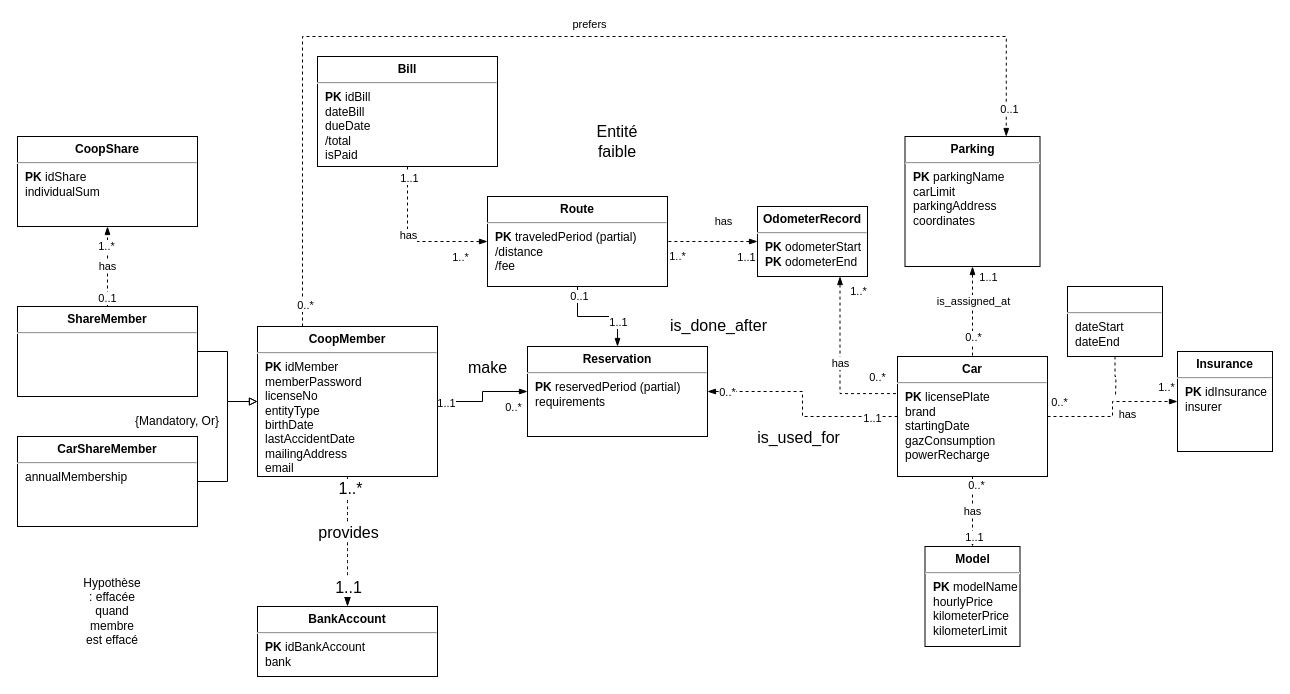
Above: page "Juliette" (2 of 2) of TP4.drawio in aquarex20/TP_3710 (draw.io), before the change. Source tidied: cells renumbered, new cells numbered last; positions are measured from the earlier drawing's top-left corner, leaving out a move shared by most shapes. Both pictures are drawn from the tidied source at 100%, with x=0, y=0 at pixel (17, 36).
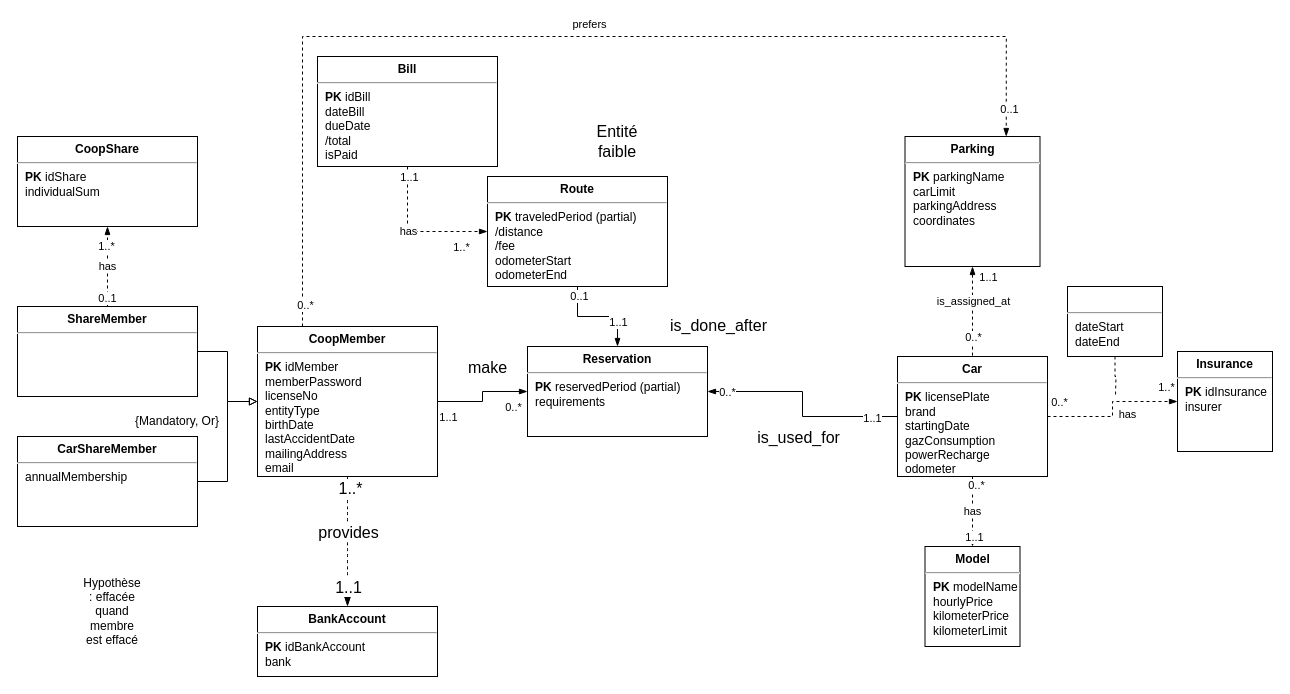
After the change.

Unchanged cells that the change refers to:
```xml
<mxCell id="39" style="edgeStyle=orthogonalEdgeStyle;rounded=0;jettySize=auto;html=1;endArrow=blockThin;endFill=1;entryX=0;entryY=0.5;entryDx=0;entryDy=0;" parent="1" edge="1" source="47" target="54">
  <mxGeometry relative="1" as="geometry" />
</mxCell>
<mxCell id="54" value="&lt;p style=&quot;margin:0px;margin-top:6px;text-align:center;&quot;&gt;&lt;b&gt;Reservation&lt;/b&gt;&lt;/p&gt;&lt;hr&gt;&lt;p style=&quot;border-color: var(--border-color); margin: 0px 0px 0px 8px;&quot;&gt;&lt;b&gt;PK&lt;/b&gt;&amp;nbsp;reservedPeriod (partial)&lt;/p&gt;&lt;p style=&quot;border-color: var(--border-color); margin: 0px 0px 0px 8px;&quot;&gt;&lt;span style=&quot;background-color: initial;&quot;&gt;requirements&lt;/span&gt;&lt;/p&gt;" style="align=left;overflow=fill;html=1;" parent="1" vertex="1">
  <mxGeometry x="510" y="310" width="180" height="90" as="geometry" />
</mxCell>
```

Diff of the diagram source:
```diff
@@
-    <mxCell id="8" value="&lt;p style=&quot;margin:0px;margin-top:6px;text-align:center;&quot;&gt;&lt;b&gt;Car&lt;/b&gt;&lt;/p&gt;&lt;hr&gt;&lt;p style=&quot;margin:0px;margin-left:8px;&quot;&gt;&lt;b&gt;PK&lt;/b&gt; licensePlate&lt;/p&gt;&lt;p style=&quot;border-color: var(--border-color); margin: 0px 0px 0px 8px;&quot;&gt;&lt;span style=&quot;background-color: initial;&quot;&gt;brand&lt;/span&gt;&lt;br&gt;&lt;/p&gt;&lt;p style=&quot;margin:0px;margin-left:8px;&quot;&gt;startingDate&lt;/p&gt;&lt;p style=&quot;margin:0px;margin-left:8px;&quot;&gt;gazConsumption&lt;/p&gt;&lt;p style=&quot;margin:0px;margin-left:8px;&quot;&gt;powerRecharge&lt;br&gt;&lt;/p&gt;&lt;p style=&quot;margin:0px;margin-left:8px;&quot;&gt;&lt;br&gt;&lt;/p&gt;&lt;p style=&quot;margin:0px;margin-left:8px;&quot;&gt;&lt;br&gt;&lt;/p&gt;" style="align=left;overflow=fill;html=1;" parent="1" vertex="1">
+    <mxCell id="8" value="&lt;p style=&quot;margin:0px;margin-top:6px;text-align:center;&quot;&gt;&lt;b&gt;Car&lt;/b&gt;&lt;/p&gt;&lt;hr&gt;&lt;p style=&quot;margin:0px;margin-left:8px;&quot;&gt;&lt;b&gt;PK&lt;/b&gt; licensePlate&lt;/p&gt;&lt;p style=&quot;border-color: var(--border-color); margin: 0px 0px 0px 8px;&quot;&gt;&lt;span style=&quot;background-color: initial;&quot;&gt;brand&lt;/span&gt;&lt;br&gt;&lt;/p&gt;&lt;p style=&quot;margin:0px;margin-left:8px;&quot;&gt;startingDate&lt;/p&gt;&lt;p style=&quot;margin:0px;margin-left:8px;&quot;&gt;gazConsumption&lt;/p&gt;&lt;p style=&quot;margin:0px;margin-left:8px;&quot;&gt;powerRecharge&lt;br&gt;&lt;/p&gt;&lt;p style=&quot;margin:0px;margin-left:8px;&quot;&gt;odometer&lt;/p&gt;&lt;p style=&quot;margin:0px;margin-left:8px;&quot;&gt;&lt;br&gt;&lt;/p&gt;&lt;p style=&quot;margin:0px;margin-left:8px;&quot;&gt;&lt;br&gt;&lt;/p&gt;" style="align=left;overflow=fill;html=1;" parent="1" vertex="1">
       <mxGeometry x="880" y="320" width="150" height="120" as="geometry" />
     </mxCell>
@@
-    <mxCell id="20" style="edgeStyle=orthogonalEdgeStyle;rounded=0;jettySize=auto;html=1;exitX=1;exitY=0.5;exitDx=0;exitDy=0;entryX=0;entryY=0.5;entryDx=0;entryDy=0;endArrow=none;endFill=0;dashed=1;startArrow=blockThin;startFill=1;" parent="1" edge="1" source="54" target="8">
+    <mxCell id="20" style="edgeStyle=orthogonalEdgeStyle;rounded=0;jettySize=auto;html=1;exitX=1;exitY=0.5;exitDx=0;exitDy=0;entryX=0;entryY=0.5;entryDx=0;entryDy=0;endArrow=none;endFill=0;startArrow=blockThin;startFill=1;" parent="1" edge="1" source="54" target="8">
       <mxGeometry relative="1" as="geometry" />
     </mxCell>
@@
-    <mxCell id="33" value="&lt;p style=&quot;margin:0px;margin-top:6px;text-align:center;&quot;&gt;&lt;b&gt;Route&lt;/b&gt;&lt;/p&gt;&lt;hr&gt;&lt;p style=&quot;margin:0px;margin-left:8px;&quot;&gt;&lt;b&gt;PK&lt;/b&gt;&amp;nbsp;traveledPeriod (partial)&lt;/p&gt;&lt;p style=&quot;margin:0px;margin-left:8px;&quot;&gt;/distance&lt;/p&gt;&lt;p style=&quot;margin:0px;margin-left:8px;&quot;&gt;/fee&lt;/p&gt;&lt;p style=&quot;margin:0px;margin-left:8px;&quot;&gt;&lt;br&gt;&lt;/p&gt;" style="align=left;overflow=fill;html=1;" parent="1" vertex="1">
-      <mxGeometry x="470" y="160" width="180" height="90" as="geometry" />
+    <mxCell id="33" value="&lt;p style=&quot;margin:0px;margin-top:6px;text-align:center;&quot;&gt;&lt;b&gt;Route&lt;/b&gt;&lt;/p&gt;&lt;hr&gt;&lt;p style=&quot;margin:0px;margin-left:8px;&quot;&gt;&lt;b&gt;PK&lt;/b&gt;&amp;nbsp;traveledPeriod (partial)&lt;/p&gt;&lt;p style=&quot;margin:0px;margin-left:8px;&quot;&gt;/distance&lt;/p&gt;&lt;p style=&quot;margin:0px;margin-left:8px;&quot;&gt;/fee&lt;/p&gt;&lt;p style=&quot;border-color: var(--border-color); margin: 0px 0px 0px 8px;&quot;&gt;odometerStart&lt;/p&gt;&lt;p style=&quot;border-color: var(--border-color); margin: 0px 0px 0px 8px;&quot;&gt;odometerEnd&lt;/p&gt;" style="align=left;overflow=fill;html=1;" parent="1" vertex="1">
+      <mxGeometry x="470" y="140" width="180" height="110" as="geometry" />
     </mxCell>
@@
     <mxCell id="41" value="1..1" style="edgeLabel;html=1;align=center;verticalAlign=middle;" parent="39" vertex="1">
-      <mxGeometry x="-0.85" y="-1" relative="1" as="geometry" />
+      <mxGeometry x="-0.85" y="-1" relative="1" as="geometry">
+        <mxPoint x="2" y="14" as="offset" />
+      </mxGeometry>
     </mxCell>
@@
-    <mxCell id="58" value="has" style="edgeStyle=orthogonalEdgeStyle;rounded=0;jettySize=auto;html=1;exitX=0.75;exitY=1;exitDx=0;exitDy=0;entryX=-0.005;entryY=0.309;entryDx=0;entryDy=0;entryPerimeter=0;endArrow=none;dashed=1;endFill=0;startArrow=blockThin;startFill=1;" parent="1" edge="1" source="64" target="8">
-      <mxGeometry relative="1" as="geometry" />
-    </mxCell>
-    <mxCell id="59" value="1..*" style="edgeLabel;html=1;align=center;verticalAlign=middle;" parent="58" vertex="1">
-      <mxGeometry x="-0.84" y="1" relative="1" as="geometry">
-        <mxPoint x="17" as="offset" />
-      </mxGeometry>
-    </mxCell>
-    <mxCell id="60" value="0..*" style="edgeLabel;html=1;align=center;verticalAlign=middle;" parent="58" vertex="1">
-      <mxGeometry x="0.91" y="3" relative="1" as="geometry">
-        <mxPoint x="-12" y="-14" as="offset" />
-      </mxGeometry>
-    </mxCell>
-    <mxCell id="61" value="has" style="edgeStyle=orthogonalEdgeStyle;rounded=0;jettySize=auto;html=1;exitX=0;exitY=0.5;exitDx=0;exitDy=0;entryX=1;entryY=0.5;entryDx=0;entryDy=0;endArrow=none;dashed=1;endFill=0;startArrow=blockThin;startFill=1;" parent="1" edge="1" source="64" target="33">
-      <mxGeometry x="-0.02" y="-10" relative="1" as="geometry">
-        <mxPoint x="10" y="-10" as="offset" />
-      </mxGeometry>
-    </mxCell>
-    <mxCell id="62" value="1..1" style="edgeLabel;html=1;align=center;verticalAlign=middle;" parent="61" vertex="1">
-      <mxGeometry x="-0.73" relative="1" as="geometry">
-        <mxPoint y="15" as="offset" />
-      </mxGeometry>
-    </mxCell>
-    <mxCell id="63" value="1..*" style="edgeLabel;html=1;align=center;verticalAlign=middle;" parent="61" vertex="1">
-      <mxGeometry x="0.8" y="-1" relative="1" as="geometry">
-        <mxPoint y="15" as="offset" />
-      </mxGeometry>
-    </mxCell>
-    <mxCell id="64" value="&lt;p style=&quot;margin:0px;margin-top:6px;text-align:center;&quot;&gt;&lt;b&gt;OdometerRecord&lt;/b&gt;&lt;/p&gt;&lt;hr&gt;&lt;p style=&quot;margin:0px;margin-left:8px;&quot;&gt;&lt;b&gt;PK&lt;/b&gt; odometerStart&lt;/p&gt;&lt;p style=&quot;border-color: var(--border-color); margin: 0px 0px 0px 8px;&quot;&gt;&lt;b&gt;PK&lt;/b&gt; odometerEnd&lt;/p&gt;&lt;p style=&quot;margin:0px;margin-left:8px;&quot;&gt;&lt;br&gt;&lt;/p&gt;" style="align=left;overflow=fill;html=1;" parent="1" vertex="1">
-      <mxGeometry x="740" y="170" width="110" height="70" as="geometry" />
-    </mxCell>
```
